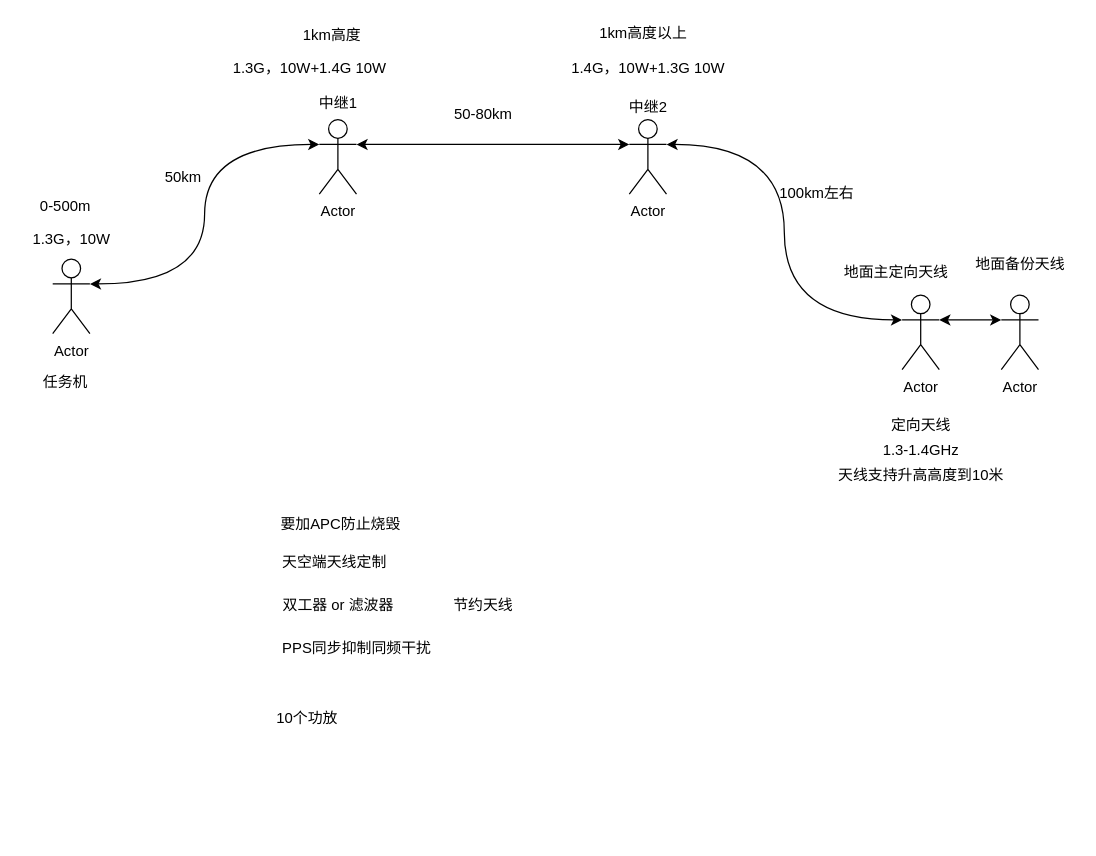
This is 多机中继.drawio from Momenttt/hellogithub, a draw.io file, before an edit. Source tidied: cells renumbered, new cells numbered last; positions are measured from the earlier drawing's top-left corner, leaving out a move shared by most shapes. Both pictures are drawn from the tidied source at 124%, with x=0, y=0 at pixel (21, 21).
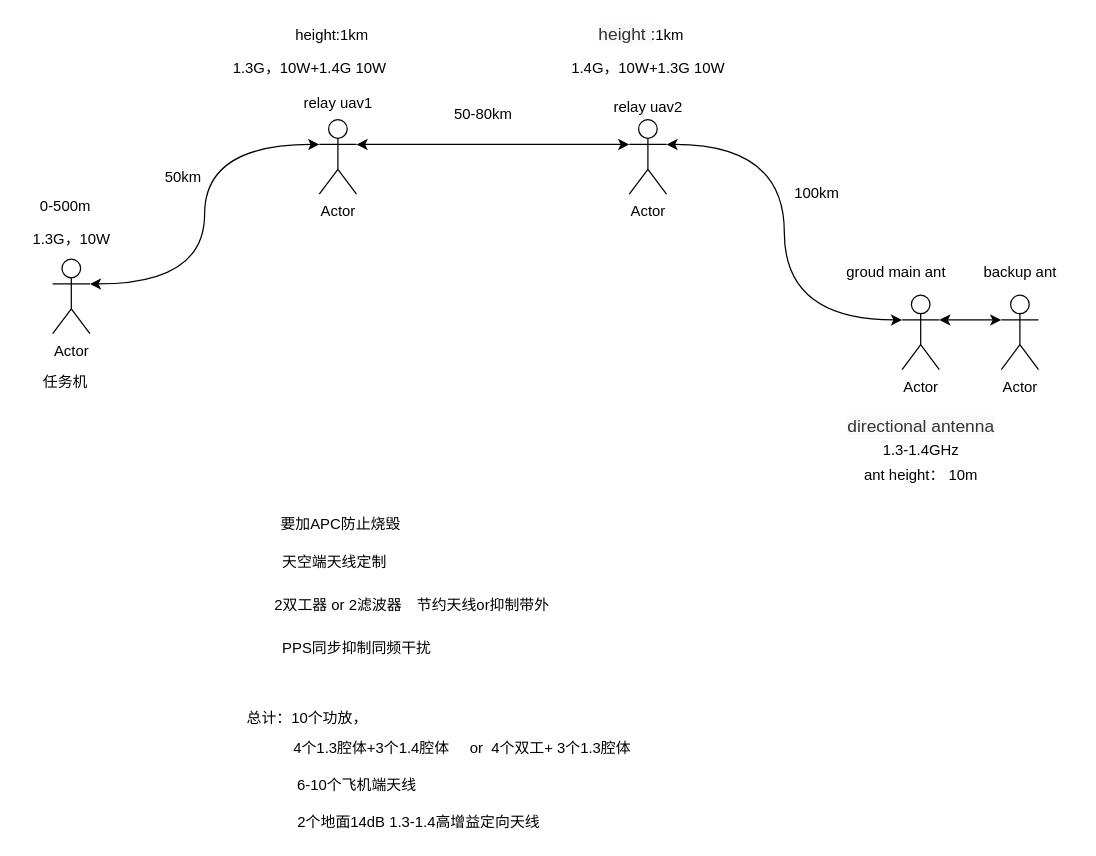
Above is the later version.

What changed in the source:
```diff
@@
-    <mxCell id="11" value="中继1" style="text;html=1;align=center;verticalAlign=middle;" parent="1" vertex="1">
-      <mxGeometry x="230" y="56" width="50" height="20" as="geometry" />
+    <mxCell id="11" value="relay uav1" style="text;html=1;align=center;verticalAlign=middle;" parent="1" vertex="1">
+      <mxGeometry x="220" y="56" width="70" height="20" as="geometry" />
     </mxCell>
-    <mxCell id="12" value="中继2" style="text;html=1;align=center;verticalAlign=middle;" parent="1" vertex="1">
-      <mxGeometry x="480" y="59" width="50" height="20" as="geometry" />
+    <mxCell id="12" value="relay uav2" style="text;html=1;align=center;verticalAlign=middle;" parent="1" vertex="1">
+      <mxGeometry x="470" y="59" width="70" height="20" as="geometry" />
     </mxCell>
-    <mxCell id="13" value="地面主定向天线" style="text;html=1;align=center;verticalAlign=middle;" parent="1" vertex="1">
+    <mxCell id="13" value="groud main ant" style="text;html=1;align=center;verticalAlign=middle;" parent="1" vertex="1">
       <mxGeometry x="655" y="191.5" width="100" height="20" as="geometry" />
     </mxCell>
-    <mxCell id="14" value="定向天线" style="text;html=1;align=center;verticalAlign=middle;" parent="1" vertex="1">
-      <mxGeometry x="695" y="316" width="60" height="20" as="geometry" />
+    <mxCell id="14" value="&lt;span id=&quot;w_125&quot; class=&quot;&quot; style=&quot;color: rgb(51 , 51 , 51) ; font-family: &amp;#34;arial&amp;#34; , &amp;#34;pingfang sc&amp;#34; , &amp;#34;hiragino sans gb&amp;#34; , &amp;#34;stheiti&amp;#34; , &amp;#34;microsoft yahei&amp;#34; , &amp;#34;wenquanyi micro hei&amp;#34; , sans-serif ; font-size: 14px ; text-align: left ; background-color: rgb(249 , 249 , 249)&quot;&gt;directional&amp;nbsp;&lt;/span&gt;&lt;span id=&quot;w_126&quot; class=&quot;&quot; style=&quot;color: rgb(51 , 51 , 51) ; font-family: &amp;#34;arial&amp;#34; , &amp;#34;pingfang sc&amp;#34; , &amp;#34;hiragino sans gb&amp;#34; , &amp;#34;stheiti&amp;#34; , &amp;#34;microsoft yahei&amp;#34; , &amp;#34;wenquanyi micro hei&amp;#34; , sans-serif ; font-size: 14px ; text-align: left ; background-color: rgb(249 , 249 , 249)&quot;&gt;antenna&lt;/span&gt;" style="text;html=1;align=center;verticalAlign=middle;" parent="1" vertex="1">
+      <mxGeometry x="660" y="316" width="130" height="20" as="geometry" />
     </mxCell>
@@
-    <mxCell id="16" value="100km左右" style="text;html=1;align=center;verticalAlign=middle;" parent="1" vertex="1">
-      <mxGeometry x="601" y="129" width="80" height="20" as="geometry" />
+    <mxCell id="16" value="100km" style="text;html=1;align=center;verticalAlign=middle;" parent="1" vertex="1">
+      <mxGeometry x="616" y="129" width="50" height="20" as="geometry" />
     </mxCell>
-    <mxCell id="17" value="天线支持升高高度到10米" style="text;html=1;align=center;verticalAlign=middle;" parent="1" vertex="1">
-      <mxGeometry x="650" y="356" width="150" height="20" as="geometry" />
+    <mxCell id="17" value="ant height： 10m" style="text;html=1;align=center;verticalAlign=middle;" parent="1" vertex="1">
+      <mxGeometry x="670" y="356" width="110" height="20" as="geometry" />
     </mxCell>
@@
-    <mxCell id="24" value="地面备份天线" style="text;html=1;align=center;verticalAlign=middle;" parent="1" vertex="1">
-      <mxGeometry x="760" y="186" width="90" height="20" as="geometry" />
+    <mxCell id="24" value="backup ant" style="text;html=1;align=center;verticalAlign=middle;" parent="1" vertex="1">
+      <mxGeometry x="770" y="191.5" width="70" height="20" as="geometry" />
     </mxCell>
@@
-    <mxCell id="27" value="双工器 or 滤波器" style="text;html=1;align=center;verticalAlign=middle;" parent="1" vertex="1">
-      <mxGeometry x="205" y="460.5" width="100" height="20" as="geometry" />
+    <mxCell id="27" value="2双工器 or 2滤波器" style="text;html=1;align=center;verticalAlign=middle;" parent="1" vertex="1">
+      <mxGeometry x="195" y="460.5" width="120" height="20" as="geometry" />
     </mxCell>
@@
-    <mxCell id="29" value="节约天线" style="text;html=1;align=center;verticalAlign=middle;" parent="1" vertex="1">
-      <mxGeometry x="342" y="461" width="60" height="20" as="geometry" />
+    <mxCell id="29" value="节约天线or抑制带外" style="text;html=1;align=center;verticalAlign=middle;" parent="1" vertex="1">
+      <mxGeometry x="312" y="461" width="120" height="20" as="geometry" />
     </mxCell>
-    <mxCell id="30" value="10个功放" style="text;html=1;align=center;verticalAlign=middle;" parent="1" vertex="1">
-      <mxGeometry x="200" y="552" width="60" height="20" as="geometry" />
+    <mxCell id="30" value="总计：10个功放，" style="text;html=1;align=center;verticalAlign=middle;" parent="1" vertex="1">
+      <mxGeometry x="175" y="552" width="110" height="20" as="geometry" />
     </mxCell>
-    <mxCell id="31" value="1km高度以上" style="text;html=1;align=center;verticalAlign=middle;" parent="1" vertex="1">
+    <mxCell id="31" value="&lt;span style=&quot;color: rgb(51 , 51 , 51) ; font-family: &amp;#34;arial&amp;#34; , &amp;#34;pingfang sc&amp;#34; , &amp;#34;hiragino sans gb&amp;#34; , &amp;#34;stheiti&amp;#34; , &amp;#34;microsoft yahei&amp;#34; , &amp;#34;wenquanyi micro hei&amp;#34; , sans-serif ; font-size: 14px ; text-align: left ; background-color: rgb(249 , 249 , 249)&quot;&gt;height :&lt;/span&gt;1km&amp;nbsp;" style="text;html=1;align=center;verticalAlign=middle;" parent="1" vertex="1">
       <mxGeometry x="456" width="90" height="20" as="geometry" />
     </mxCell>
-    <mxCell id="32" value="1km高度" style="text;html=1;align=center;verticalAlign=middle;" parent="1" vertex="1">
-      <mxGeometry x="220" y="1" width="60" height="20" as="geometry" />
+    <mxCell id="32" value="height:1km" style="text;html=1;align=center;verticalAlign=middle;" parent="1" vertex="1">
+      <mxGeometry x="215" y="1" width="70" height="20" as="geometry" />
     </mxCell>
@@
+    <mxCell id="34" value="4个1.3腔体+3个1.4腔体&amp;nbsp; &amp;nbsp; &amp;nbsp;or&amp;nbsp; 4个双工+ 3个1.3腔体" style="text;html=1;align=center;verticalAlign=middle;" parent="1" vertex="1">
+      <mxGeometry x="210" y="576" width="290" height="20" as="geometry" />
+    </mxCell>
+    <mxCell id="35" value="6-10个飞机端天线" style="text;html=1;align=center;verticalAlign=middle;" parent="1" vertex="1">
+      <mxGeometry x="215" y="606" width="110" height="20" as="geometry" />
+    </mxCell>
+    <mxCell id="36" value="2个地面14dB 1.3-1.4高增益定向天线" style="text;html=1;align=center;verticalAlign=middle;" parent="1" vertex="1">
+      <mxGeometry x="215" y="636" width="210" height="20" as="geometry" />
+    </mxCell>
```
